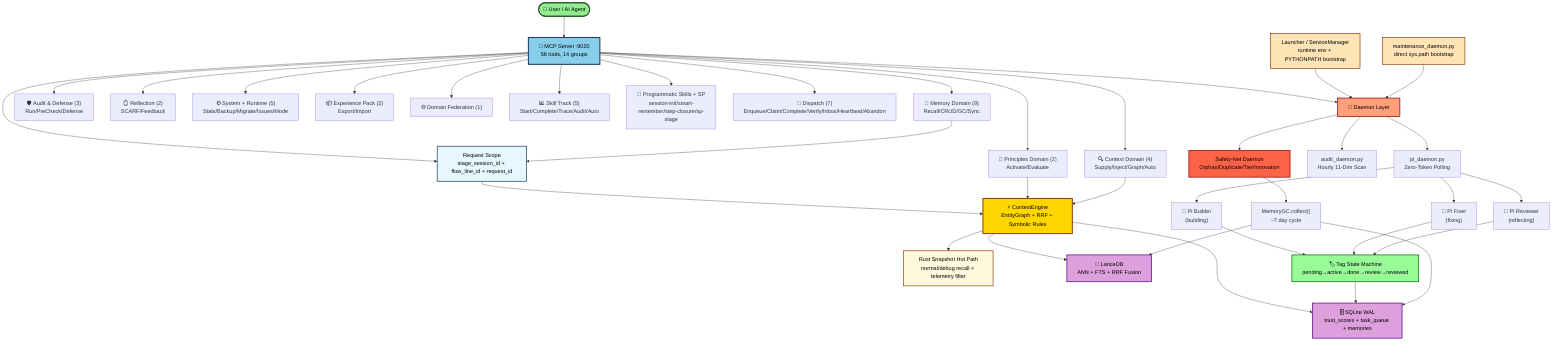
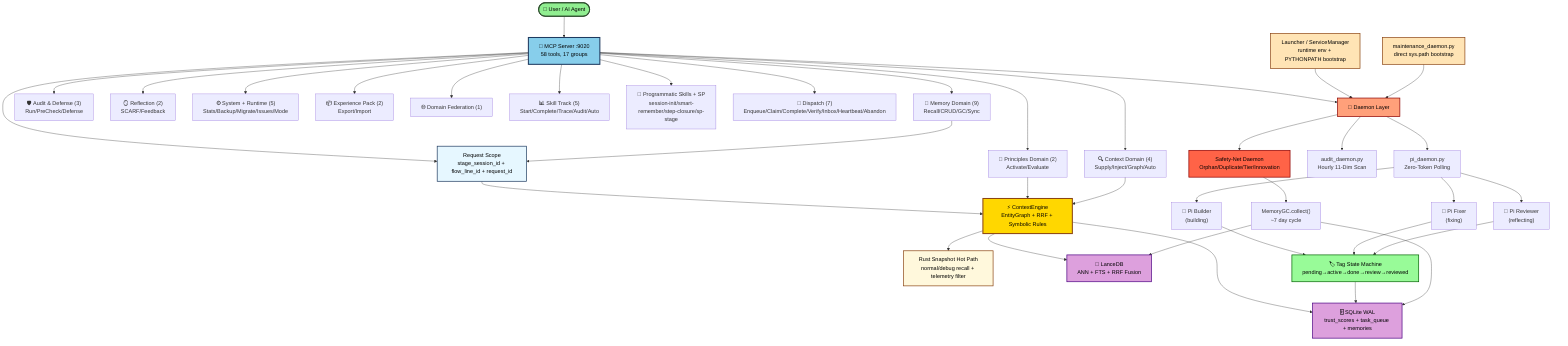
graph TD
-     Start(["👤 User / AI Agent"]) --> MCP["🔌 MCP Server :9020<br/>56 tools, 14 groups"]
+     Start(["👤 User / AI Agent"]) --> MCP["🔌 MCP Server :9020<br/>58 tools, 17 groups"]

    MCP --> Memory["🧠 Memory Domain (9)<br/>Recall/CRUD/GC/Sync"]
    MCP --> Principles["📜 Principles Domain (2)<br/>Activate/Evaluate"]
    MCP --> Context["🔍 Context Domain (4)<br/>Supply/Inject/Graph/Auto"]
    MCP --> Audit["🛡️ Audit & Defense (3)<br/>Run/PreCheck/Defense"]
    MCP --> Reflection["🪞 Reflection (2)<br/>SCARF/Feedback"]
    MCP --> System["⚙️ System + Runtime (5)<br/>Stats/Backup/Migrate/Issues/Mode"]
    MCP --> Pack["📦 Experience Pack (2)<br/>Export/Import"]
    MCP --> Domain["🌐 Domain Federation (1)"]
    MCP --> Skill["📊 Skill Track (5)<br/>Start/Complete/Trace/Audit/Auto"]
    MCP --> Skills["🎯 Programmatic Skills + SP<br/>session-init/smart-remember/step-closure/sp-stage"]
    MCP --> Dispatch["🏹 Dispatch (7)<br/>Enqueue/Claim/Complete/Verify/Inbox/Heartbeat/Abandon"]

    MCP --> Scope["Request Scope<br/>stage_session_id + flow_line_id + request_id"]
    Scope --> CE["⚡ ContextEngine<br/>EntityGraph + RRF + Symbolic Rules"]
    CE --> RustCore["Rust Snapshot Hot Path<br/>normal/debug recall + telemetry filter"]
    Memory --> Scope
    Principles --> CE
    Context --> CE

    CE --> SQLite["🗄️ SQLite WAL<br/>trust_scores + task_queue + memories"]
    CE --> LanceDB["🔢 LanceDB<br/>ANN + FTS + RRF Fusion"]

    MCP --> Daemon["🤖 Daemon Layer"]
    Launcher["Launcher / ServiceManager<br/>runtime env + PYTHONPATH bootstrap"] --> Daemon
    DaemonBootstrap["maintenance_daemon.py<br/>direct sys.path bootstrap"] --> Daemon
    Daemon --> PiDaemon["pi_daemon.py<br/>Zero-Token Polling"]
    Daemon --> AuditDaemon["audit_daemon.py<br/>Hourly 11-Dim Scan"]
    Daemon --> SafetyNet["Safety-Net Daemon<br/>Orphan/Duplicate/Tier/Innovation"]

    PiDaemon --> PiBuilder["🔨 Pi Builder<br/>(building)"]
    PiDaemon --> PiFixer["🔧 Pi Fixer<br/>(fixing)"]
    PiDaemon --> PiReviewer["👀 Pi Reviewer<br/>(reflecting)"]

    PiBuilder --> TagSM["🏷️ Tag State Machine<br/>pending→active→done→review→reviewed"]
    PiFixer --> TagSM
    PiReviewer --> TagSM

    TagSM --> SQLite

    SafetyNet --> GC["MemoryGC.collect()<br/>~7 day cycle"]
    GC --> LanceDB
    GC --> SQLite

    style Start fill:#90EE90,stroke:#2F4F2F,stroke-width:3px,color:#000
    style MCP fill:#87CEEB,stroke:#1E3A5F,stroke-width:3px,color:#000
    style Scope fill:#E6F7FF,stroke:#1E3A5F,stroke-width:2px,color:#000
    style CE fill:#FFD700,stroke:#8B4513,stroke-width:3px,color:#000
    style RustCore fill:#FFF8DC,stroke:#8B4513,stroke-width:2px,color:#000
    style SQLite fill:#DDA0DD,stroke:#4B0082,stroke-width:2px,color:#000
    style LanceDB fill:#DDA0DD,stroke:#4B0082,stroke-width:2px,color:#000
    style Daemon fill:#FFA07A,stroke:#8B0000,stroke-width:2px,color:#000
    style Launcher fill:#FFE4B5,stroke:#8B4513,stroke-width:2px,color:#000
    style DaemonBootstrap fill:#FFE4B5,stroke:#8B4513,stroke-width:2px,color:#000
    style SafetyNet fill:#FF6347,stroke:#8B0000,stroke-width:2px,color:#000
    style TagSM fill:#98FB98,stroke:#006400,stroke-width:2px,color:#000
